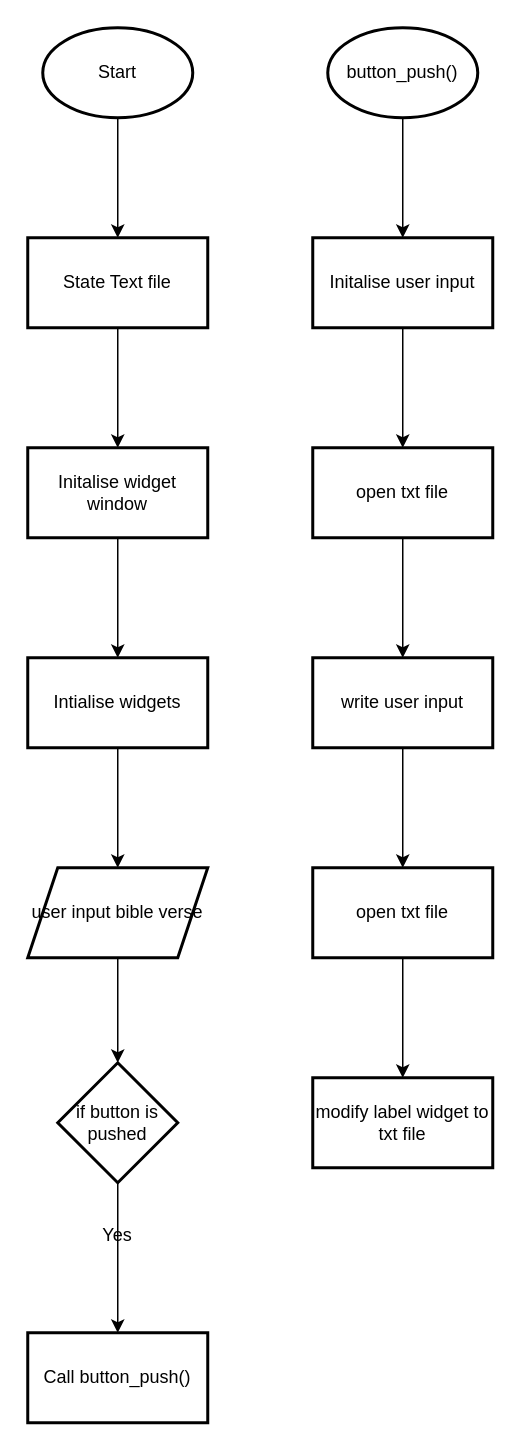
This is story/bible_verse_flowchart.drawio from MAL-12DGT-2025/tkinter-projects-MichaelHayesMC, a draw.io file, before an edit. Source tidied: cells renumbered, new cells numbered last; positions are measured from the earlier drawing's top-left corner, leaving out a move shared by most shapes. Both pictures are drawn from the tidied source at 150%, with x=0, y=0 at pixel (27, 27).
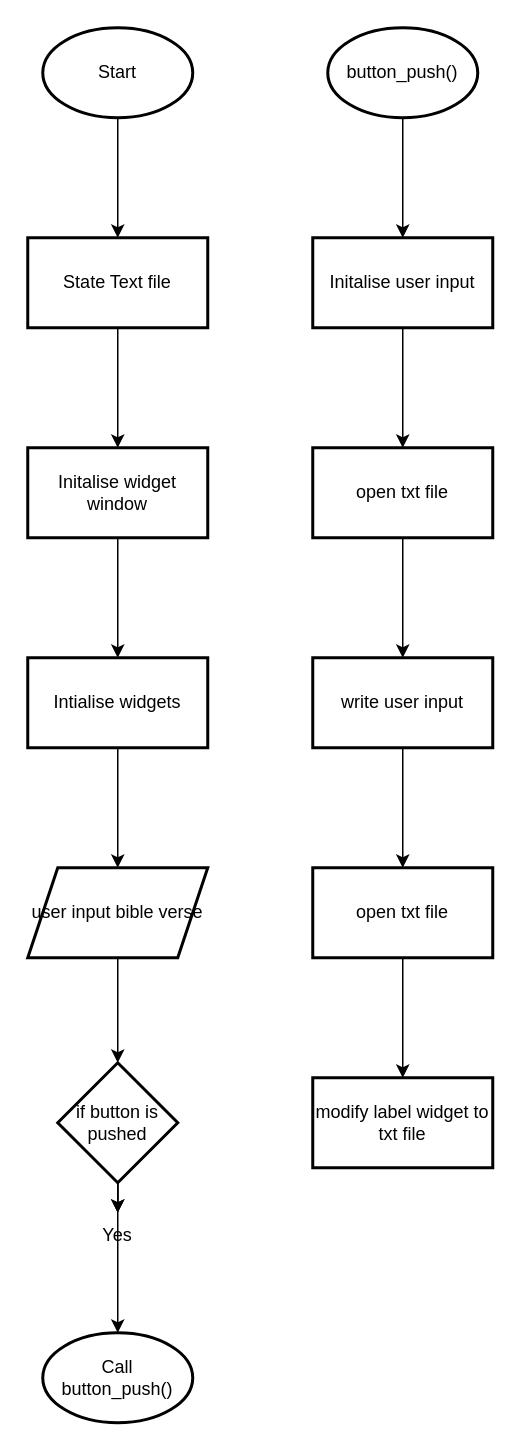
The same page after the edit.

Unchanged cells that the change refers to:
```xml
<mxCell id="11" value="Yes" style="text;html=1;align=center;verticalAlign=middle;whiteSpace=wrap;rounded=0;" parent="1" vertex="1">
  <mxGeometry x="30" y="790" width="60" height="30" as="geometry" />
</mxCell>
<mxCell id="17" value="if button is pushed" style="rhombus;whiteSpace=wrap;html=1;strokeWidth=2;" parent="1" vertex="1">
  <mxGeometry x="20" y="690" width="80" height="80" as="geometry" />
</mxCell>
```

Diff of the diagram source:
```diff
@@
+    <mxCell id="27" style="edgeStyle=none;html=1;" parent="1" edge="1" source="17" target="11">
+      <mxGeometry relative="1" as="geometry" />
+    </mxCell>
+    <mxCell id="28" style="edgeStyle=none;html=1;" parent="1" edge="1" source="17" target="11">
+      <mxGeometry relative="1" as="geometry" />
+    </mxCell>
@@
-    <mxCell id="18" style="edgeStyle=none;html=1;exitX=0.5;exitY=1;exitDx=0;exitDy=0;" parent="1" edge="1" target="19">
+    <mxCell id="18" style="edgeStyle=none;html=1;exitX=0.5;exitY=1;exitDx=0;exitDy=0;" parent="1" edge="1">
       <mxGeometry relative="1" as="geometry">
         <mxPoint x="60" y="770" as="sourcePoint" />
+        <mxPoint x="60" y="870" as="targetPoint" />
       </mxGeometry>
     </mxCell>
-    <mxCell id="19" value="Call button_push()" style="whiteSpace=wrap;html=1;strokeWidth=2;" parent="1" vertex="1">
-      <mxGeometry y="870" width="120" height="60" as="geometry" />
-    </mxCell>
@@
+    <mxCell id="19" value="Call button_push()" style="strokeWidth=2;html=1;shape=mxgraph.flowchart.start_1;whiteSpace=wrap;" parent="1" vertex="1">
+      <mxGeometry x="10" y="870" width="100" height="60" as="geometry" />
+    </mxCell>
```
